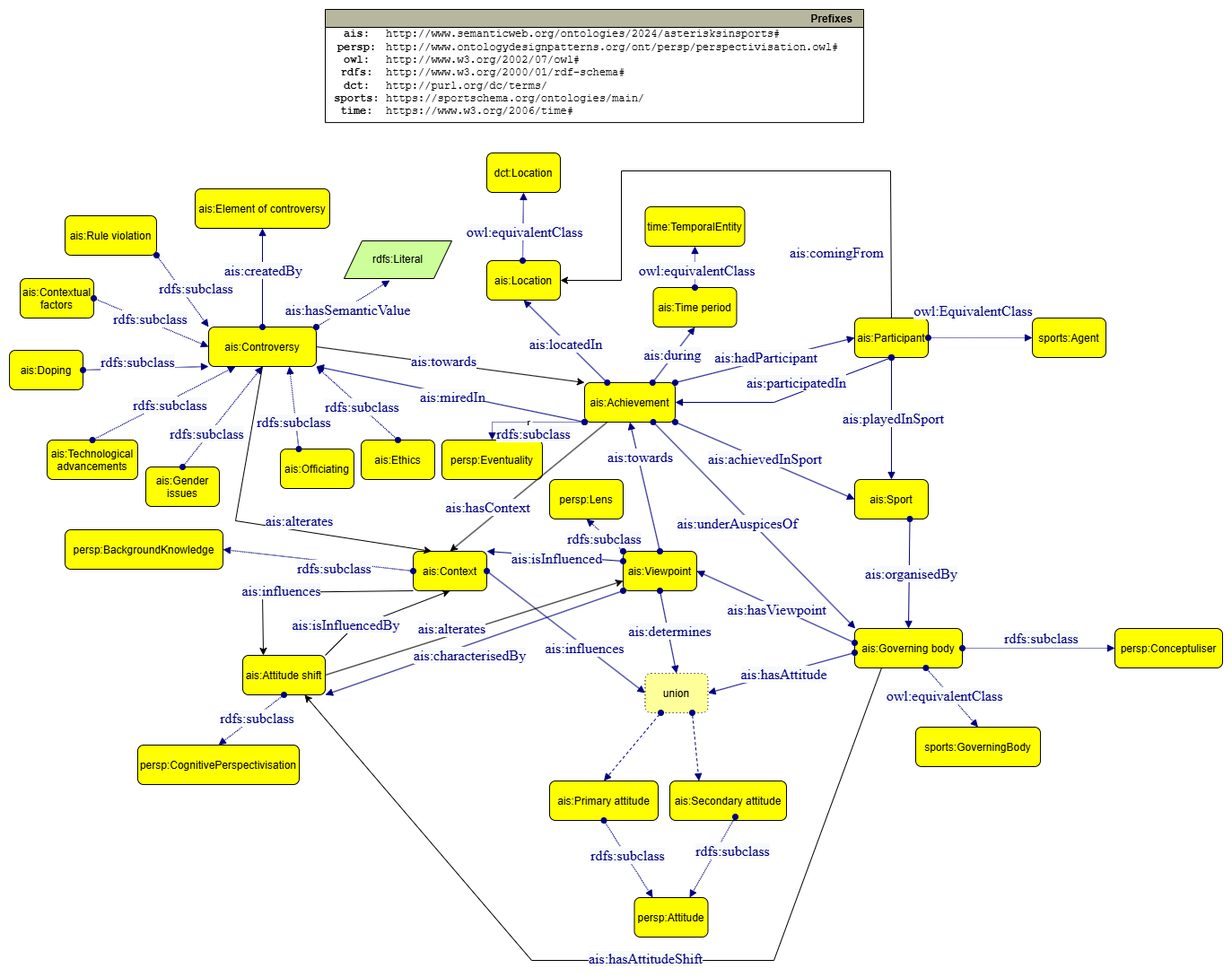
krzywonos/asterisks-in-sports keeps this draw.io diagram as img/ontologydiagram2.drawio.png. Above is the earlier version. Source tidied: cells renumbered, new cells last; positions are measured from the earlier drawing's top-left corner, leaving out a move shared by most shapes.
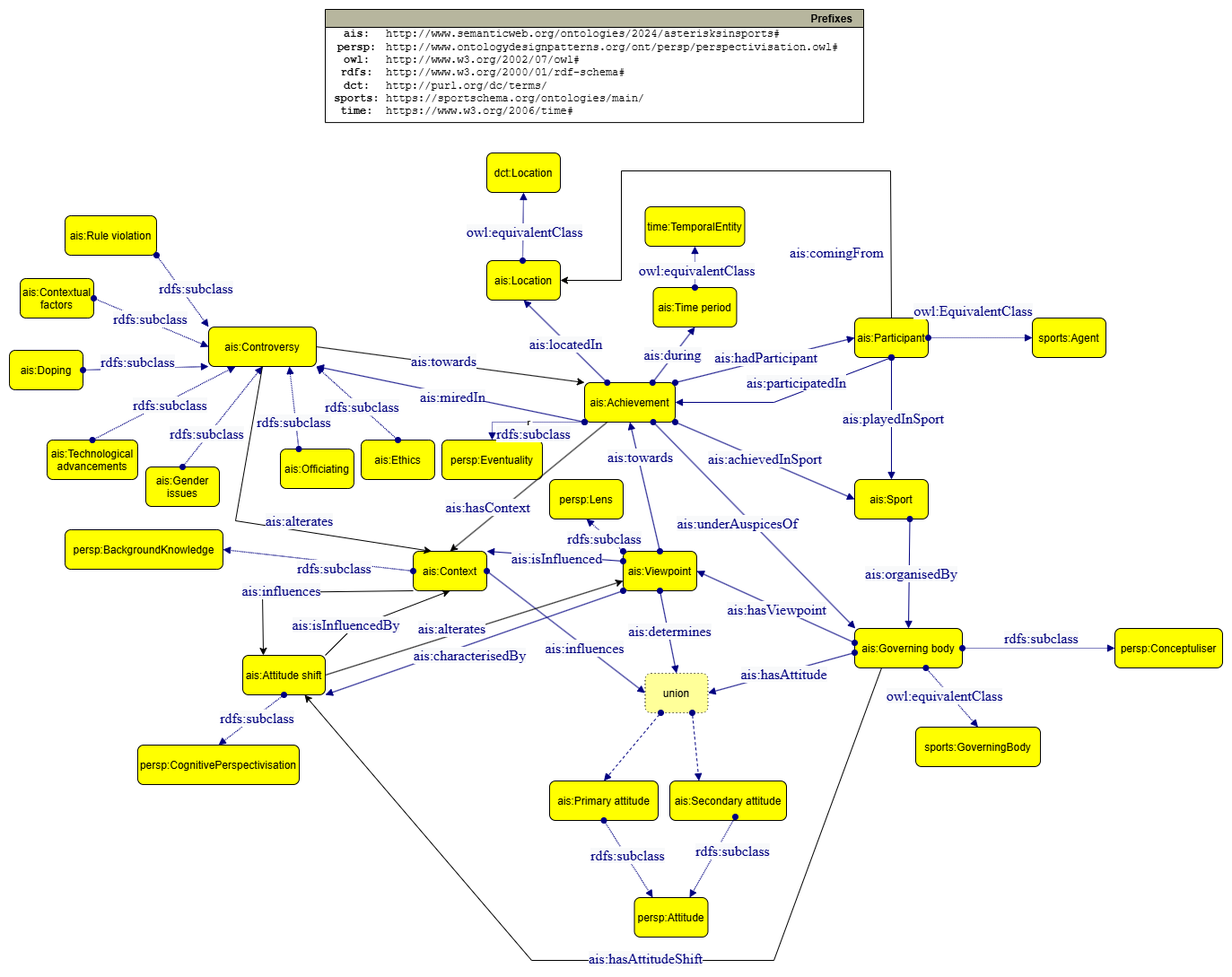
The same diagram one commit later.

The edit, as a diff of the source:
```diff
@@ -38,9 +38,6 @@
     <mxCell id="13" value="sports:Agent" style="graphMlID=n4;shape=rect;rounded=1;arcsize=30;fillColor=#ffff00;strokeColor=#000000;strokeWidth=1.0;" parent="1" vertex="1">
       <mxGeometry x="1140" y="344" width="82" height="44" as="geometry" />
     </mxCell>
-    <mxCell id="14" value="ais:Element of controversy" style="graphMlID=n4;shape=rect;rounded=1;arcsize=30;fillColor=#ffff00;strokeColor=#000000;strokeWidth=1.0;" parent="1" vertex="1">
-      <mxGeometry x="207" y="200" width="150" height="44" as="geometry" />
-    </mxCell>
     <mxCell id="15" value="dct:Location" style="graphMlID=n4;shape=rect;rounded=1;arcsize=30;fillColor=#ffff00;strokeColor=#000000;strokeWidth=1.0;" parent="1" vertex="1">
       <mxGeometry x="532" y="160" width="82" height="44" as="geometry" />
     </mxCell>
@@ -174,14 +171,6 @@
     <mxCell id="50" value="&lt;span style=&quot;color: rgb(0, 0, 128); font-family: dialog; font-size: 16px; background-color: rgb(248, 249, 250);&quot;&gt;ais:miredIn&lt;/span&gt;" style="text;html=1;align=center;verticalAlign=middle;labelBackgroundColor=#ffffff;" parent="49" vertex="1">
       <mxGeometry x="-0.02" y="2" relative="1" as="geometry" />
     </mxCell>
-    <mxCell id="51" style="graphMlID=e0;rounded=0;endArrow=block;strokeColor=#000080;strokeWidth=1.0;startArrow=oval;startFill=1;endFill=1;entryX=0.5;entryY=1;entryDx=0;entryDy=0;exitX=0.5;exitY=0;exitDx=0;exitDy=0;" parent="1" edge="1" source="2" target="14">
-      <mxGeometry relative="1" as="geometry" />
-    </mxCell>
-    <mxCell id="52" value="&lt;span style=&quot;color: rgb(0, 0, 128); font-family: dialog; font-size: 16px; background-color: rgb(248, 249, 250);&quot;&gt;ais:createdBy&lt;/span&gt;" style="text;html=1;align=center;verticalAlign=middle;labelBackgroundColor=#ffffff;" parent="51" vertex="1">
-      <mxGeometry x="-0.02" y="2" relative="1" as="geometry">
-        <mxPoint x="2" y="-10" as="offset" />
-      </mxGeometry>
-    </mxCell>
     <mxCell id="53" style="graphMlID=e5;rounded=0;endArrow=block;strokeColor=#000080;dashed=1;dashPattern=1 1;strokeWidth=1.0;startArrow=oval;startFill=1;endFill=1;exitX=1;exitY=1;exitDx=0;exitDy=0;entryX=0;entryY=0;entryDx=0;entryDy=0;" parent="1" edge="1" source="17" target="2">
       <mxGeometry relative="1" as="geometry" />
     </mxCell>
@@ -395,17 +384,6 @@
         <mxPoint x="14" y="-15" as="offset" />
       </mxGeometry>
     </mxCell>
-    <mxCell id="108" value="rdfs:Literal" style="shape=parallelogram;perimeter=parallelogramPerimeter;whiteSpace=wrap;html=1;fixedSize=1;fillColor=#CCFF99;" parent="1" vertex="1">
-      <mxGeometry x="373" y="258" width="120" height="42" as="geometry" />
-    </mxCell>
-    <mxCell id="109" style="graphMlID=e5;rounded=0;endArrow=block;strokeColor=#000080;dashed=1;dashPattern=1 1;strokeWidth=1.0;startArrow=oval;startFill=1;endFill=1;entryX=0.425;entryY=1.048;entryDx=0;entryDy=0;exitX=1;exitY=0;exitDx=0;exitDy=0;entryPerimeter=0;" parent="1" edge="1" source="2" target="108">
-      <mxGeometry relative="1" as="geometry" />
-    </mxCell>
-    <mxCell id="110" value="&lt;span style=&quot;color: rgb(0, 0, 128); font-family: dialog; font-size: 16px; background-color: rgb(248, 249, 250);&quot;&gt;ais:hasSemanticValue&lt;/span&gt;" style="text;html=1;align=center;verticalAlign=middle;labelBackgroundColor=#ffffff;" parent="109" vertex="1">
-      <mxGeometry x="-0.14" y="-3" relative="1" as="geometry">
-        <mxPoint x="-3" as="offset" />
-      </mxGeometry>
-    </mxCell>
     <mxCell id="111" value="persp:Conceptuliser" style="graphMlID=n4;shape=rect;rounded=1;arcsize=30;fillColor=#ffff00;strokeColor=#000000;strokeWidth=1.0;" parent="1" vertex="1">
       <mxGeometry x="1232" y="690" width="120" height="44" as="geometry" />
     </mxCell>
```
